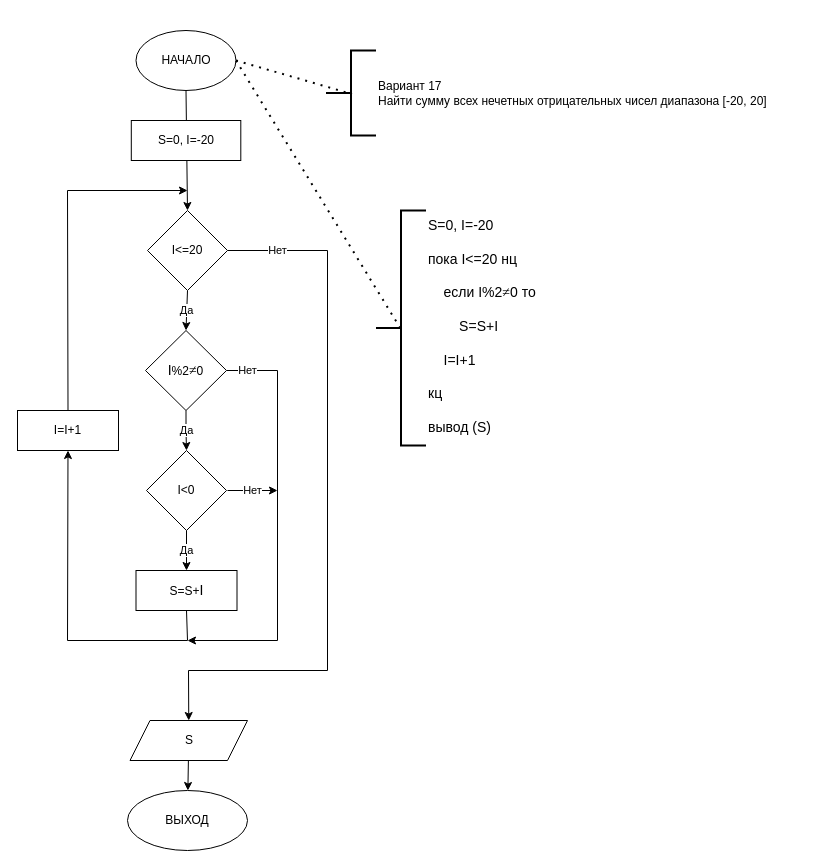
Earlier version of the draw.io diagram Task_02_17_01.drawio (paweltaranov/Pawel_Taranov_Zadanie_01). Source tidied: cells renumbered, new cells numbered last; positions are measured from the earlier drawing's top-left corner, leaving out a move shared by most shapes. Both pictures are drawn from the tidied source at 100%, with x=0, y=0 at pixel (17, 30).
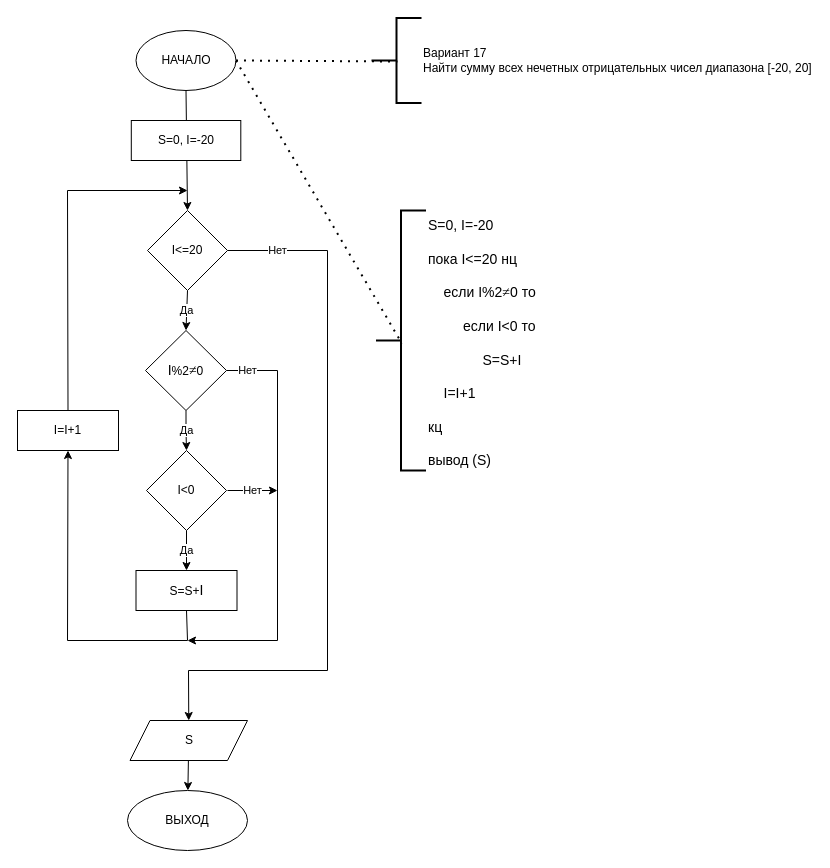
The same page after the edit.

Diff of the diagram source:
```diff
@@
     <mxCell id="11" value="Вариант 17&lt;br&gt;&lt;div&gt;Найти сумму всех нечетных отрицательных чисел диапазона [-20, 20]&lt;br&gt;&lt;/div&gt;" style="strokeWidth=2;html=1;shape=mxgraph.flowchart.annotation_2;align=left;labelPosition=right;" parent="1" vertex="1">
-      <mxGeometry x="308.5" y="20" width="50" height="85" as="geometry" />
+      <mxGeometry x="354" y="-12.5" width="50" height="85" as="geometry" />
     </mxCell>
@@
-    <mxCell id="13" value="S=0, I=-20&lt;br&gt;&lt;br&gt;пока I&amp;lt;=20 нц&lt;br&gt;&lt;span&gt; &lt;/span&gt;&lt;span&gt; &lt;/span&gt;&lt;br&gt;&lt;span&gt;&lt;/span&gt;&lt;font style=&quot;font-size: 14px&quot;&gt;&amp;nbsp; &amp;nbsp; если I%2&lt;span style=&quot;line-height: 115% ; font-family: &amp;#34;times new roman&amp;#34; , &amp;#34;serif&amp;#34;&quot;&gt;≠&lt;/span&gt;0 то&lt;br&gt;&lt;br&gt;&amp;nbsp; &amp;nbsp; &amp;nbsp; &amp;nbsp; S=S+I&lt;br&gt;&lt;/font&gt;&amp;nbsp; &amp;nbsp;&amp;nbsp;&lt;br&gt;&amp;nbsp; &amp;nbsp; I=I+1&lt;br&gt;&amp;nbsp; &amp;nbsp; &lt;br&gt;кц&lt;br&gt;&lt;br&gt;вывод (S)&amp;nbsp; &amp;nbsp; &amp;nbsp; &amp;nbsp;" style="strokeWidth=2;html=1;shape=mxgraph.flowchart.annotation_2;align=left;labelPosition=right;verticalAlign=top;fontSize=14;spacing=2;spacingBottom=0;spacingLeft=0;spacingTop=0;horizontal=1;" parent="1" vertex="1">
-      <mxGeometry x="358.5" y="180" width="50" height="235" as="geometry" />
+    <mxCell id="13" value="S=0, I=-20&lt;br&gt;&lt;br&gt;пока I&amp;lt;=20 нц&lt;br&gt;&lt;span&gt; &lt;/span&gt;&lt;span&gt; &lt;/span&gt;&lt;br&gt;&lt;span&gt;&lt;/span&gt;&lt;font style=&quot;font-size: 14px&quot;&gt;&amp;nbsp; &amp;nbsp; если I%2&lt;span style=&quot;line-height: 115% ; font-family: &amp;#34;times new roman&amp;#34; , &amp;#34;serif&amp;#34;&quot;&gt;≠&lt;/span&gt;0 то&lt;br&gt;&lt;br&gt;&amp;nbsp; &amp;nbsp; &amp;nbsp; &amp;nbsp; &amp;nbsp;если I&amp;lt;0 то&lt;br&gt;&lt;br&gt;&amp;nbsp; &amp;nbsp; &amp;nbsp; &amp;nbsp; &amp;nbsp; &amp;nbsp; &amp;nbsp; S=S+I&lt;br&gt;&lt;/font&gt;&amp;nbsp; &amp;nbsp;&amp;nbsp;&lt;br&gt;&amp;nbsp; &amp;nbsp; I=I+1&lt;br&gt;&amp;nbsp; &amp;nbsp; &lt;br&gt;кц&lt;br&gt;&lt;br&gt;вывод (S)&amp;nbsp; &amp;nbsp; &amp;nbsp; &amp;nbsp;" style="strokeWidth=2;html=1;shape=mxgraph.flowchart.annotation_2;align=left;labelPosition=right;verticalAlign=top;fontSize=14;spacing=2;spacingBottom=0;spacingLeft=0;spacingTop=0;horizontal=1;" parent="1" vertex="1">
+      <mxGeometry x="358.5" y="180" width="50" height="260" as="geometry" />
     </mxCell>
```
